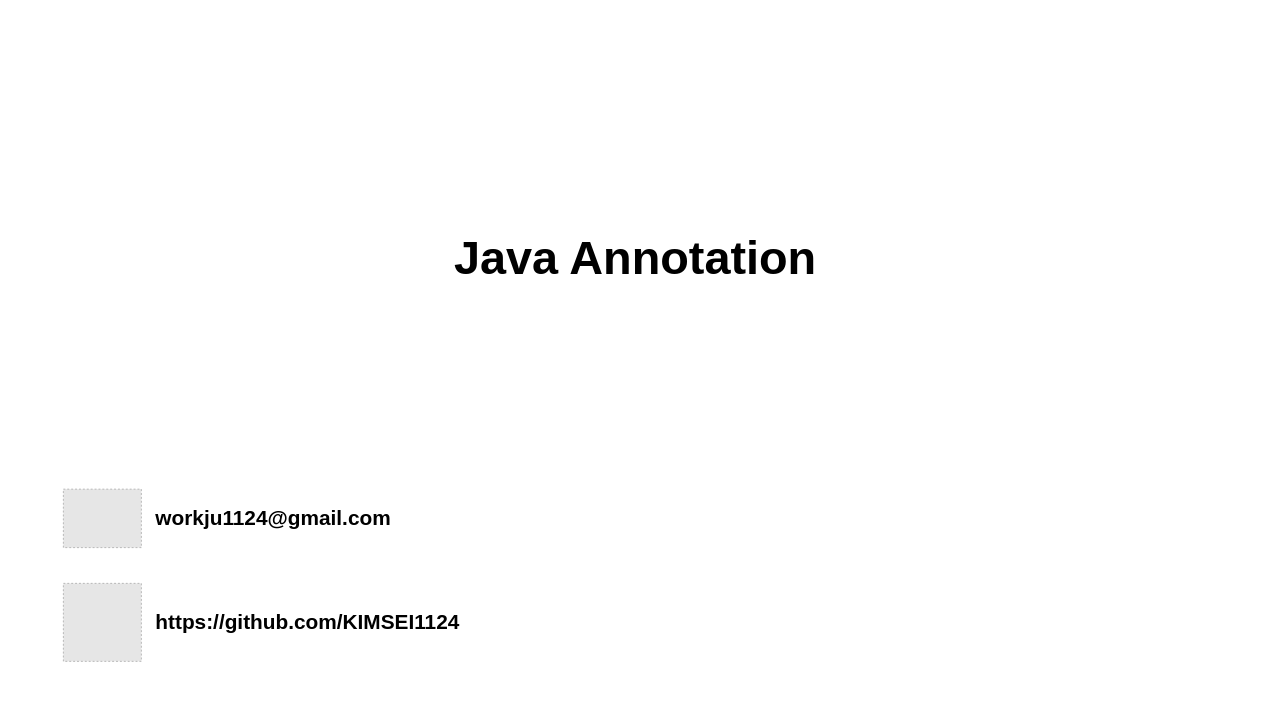
Above: page "김정욱" (1 of 4) of 썸네일.drawio in Study-Diary/Computer-Science (draw.io), before the change. Source tidied: cells renumbered, new cells numbered last; positions are measured from the earlier drawing's top-left corner, leaving out a move shared by most shapes. Both pictures are drawn from the tidied source at 65%, with x=0, y=0 at pixel (11, 11). Pictures stored in the file or linked from it are replaced by grey dashed boxes.
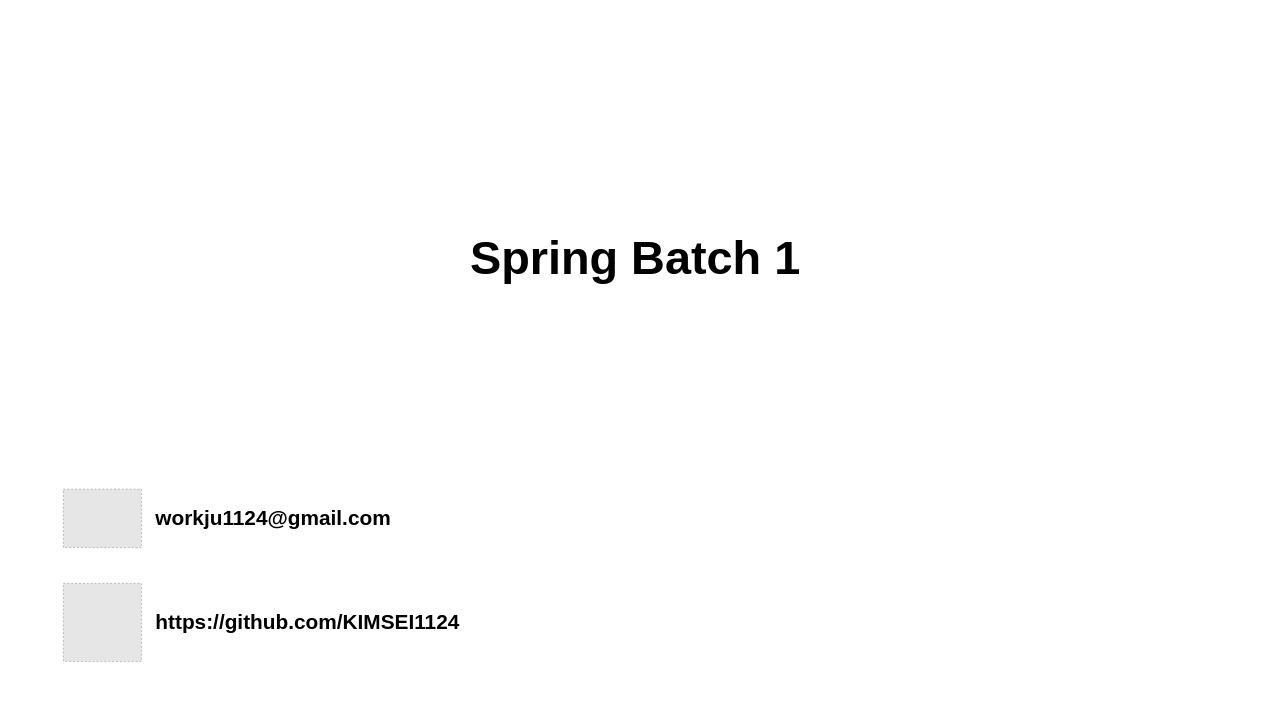
The same diagram, later.

The edit, as a diff of the source:
```diff
@@
 <mxGraphModel>
   <root>
     <mxCell id="0" />
     <mxCell id="1" parent="0" />
     <mxCell id="2" style="rounded=0;whiteSpace=wrap;html=1;fillColor=#FFFFFF;strokeColor=none;" parent="1" vertex="1">
       <mxGeometry width="1920" height="1080" as="geometry" />
     </mxCell>
     <mxCell id="3" style="group;" parent="1" vertex="1">
       <mxGeometry x="80" y="720" width="120" height="120" as="geometry" />
     </mxCell>
     <mxCell id="4" style="fillColor=#E6E6E6;strokeColor=#999999;dashed=1;verticalLabelPosition=bottom;labelBackgroundColor=default;verticalAlign=top;" parent="3" vertex="1">
       <mxGeometry y="15" width="120" height="90" as="geometry" />
     </mxCell>
     <mxCell id="5" style="rounded=0;whiteSpace=wrap;html=1;fillColor=none;strokeColor=none;" parent="3" vertex="1">
       <mxGeometry width="120" height="120" as="geometry" />
     </mxCell>
     <mxCell id="6" style="fillColor=#E6E6E6;strokeColor=#999999;dashed=1;verticalLabelPosition=bottom;labelBackgroundColor=default;verticalAlign=top;" parent="1" vertex="1">
       <mxGeometry x="80" y="880" width="120" height="120" as="geometry" />
     </mxCell>
     <mxCell id="7" value="workju1124@gmail.com" style="text;html=1;align=left;verticalAlign=middle;whiteSpace=wrap;rounded=0;fontSize=32;fontColor=#000000;fontStyle=1;" parent="1" vertex="1">
       <mxGeometry x="220" y="740" width="500" height="80" as="geometry" />
     </mxCell>
     <mxCell id="8" value="https://github.com/KIMSEI1124" style="text;html=1;align=left;verticalAlign=middle;whiteSpace=wrap;rounded=0;fontSize=32;fontColor=#000000;fontStyle=1;" parent="1" vertex="1">
       <mxGeometry x="220" y="900" width="500" height="80" as="geometry" />
     </mxCell>
-    <mxCell id="9" value="Java Annotation" style="text;html=1;align=center;verticalAlign=middle;whiteSpace=wrap;rounded=0;fontSize=72;fontFamily=Pretendard;fontColor=#000000;fontStyle=1;" parent="1" vertex="1">
+    <mxCell id="9" value="Spring Batch 1" style="text;html=1;align=center;verticalAlign=middle;whiteSpace=wrap;rounded=0;fontSize=72;fontFamily=Pretendard;fontColor=#000000;fontStyle=1;" parent="1" vertex="1">
       <mxGeometry x="200" y="320" width="1520" height="120" as="geometry" />
     </mxCell>
   </root>
 </mxGraphModel>
```
